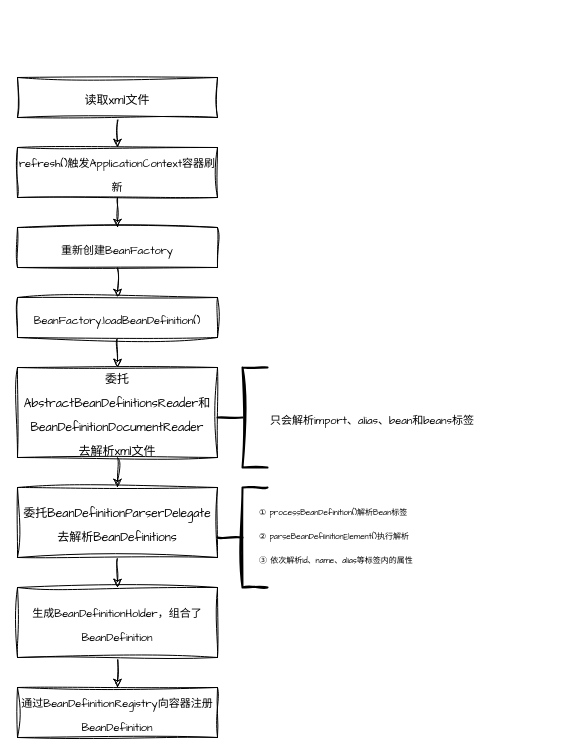
The draw.io diagram 未命名绘图.drawio in HoShum/drawio, before the edit. Source tidied: cells renumbered, new cells numbered last; positions are measured from the earlier drawing's top-left corner, leaving out a move shared by most shapes. Both pictures are drawn from the tidied source at 100%, with x=0, y=0 at pixel (17, 77).
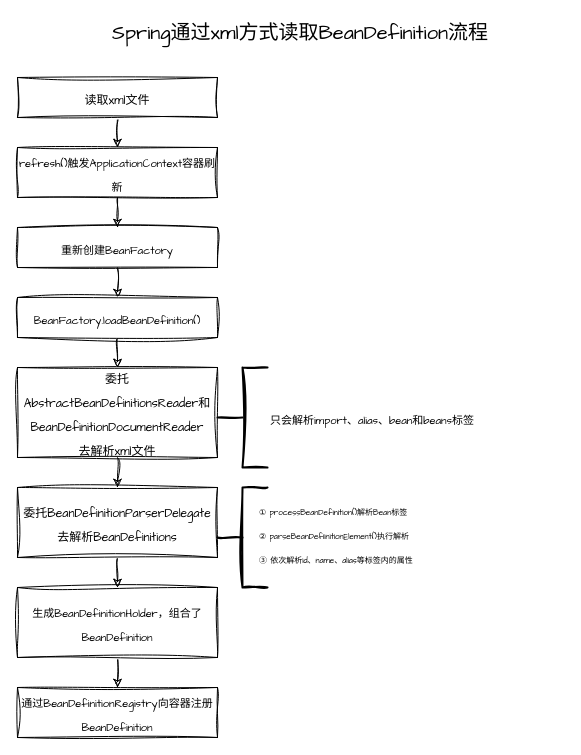
The same page after the edit.

The edit, as a diff of the source:
```diff
@@
+    <mxCell id="21" value="Spring通过xml方式读取BeanDefinition流程" style="text;html=1;strokeColor=none;fillColor=none;align=center;verticalAlign=middle;whiteSpace=wrap;rounded=0;fontSize=20;fontFamily=Architects Daughter;" parent="1" vertex="1">
+      <mxGeometry x="20" y="-60" width="526" height="30" as="geometry" />
+    </mxCell>
```
